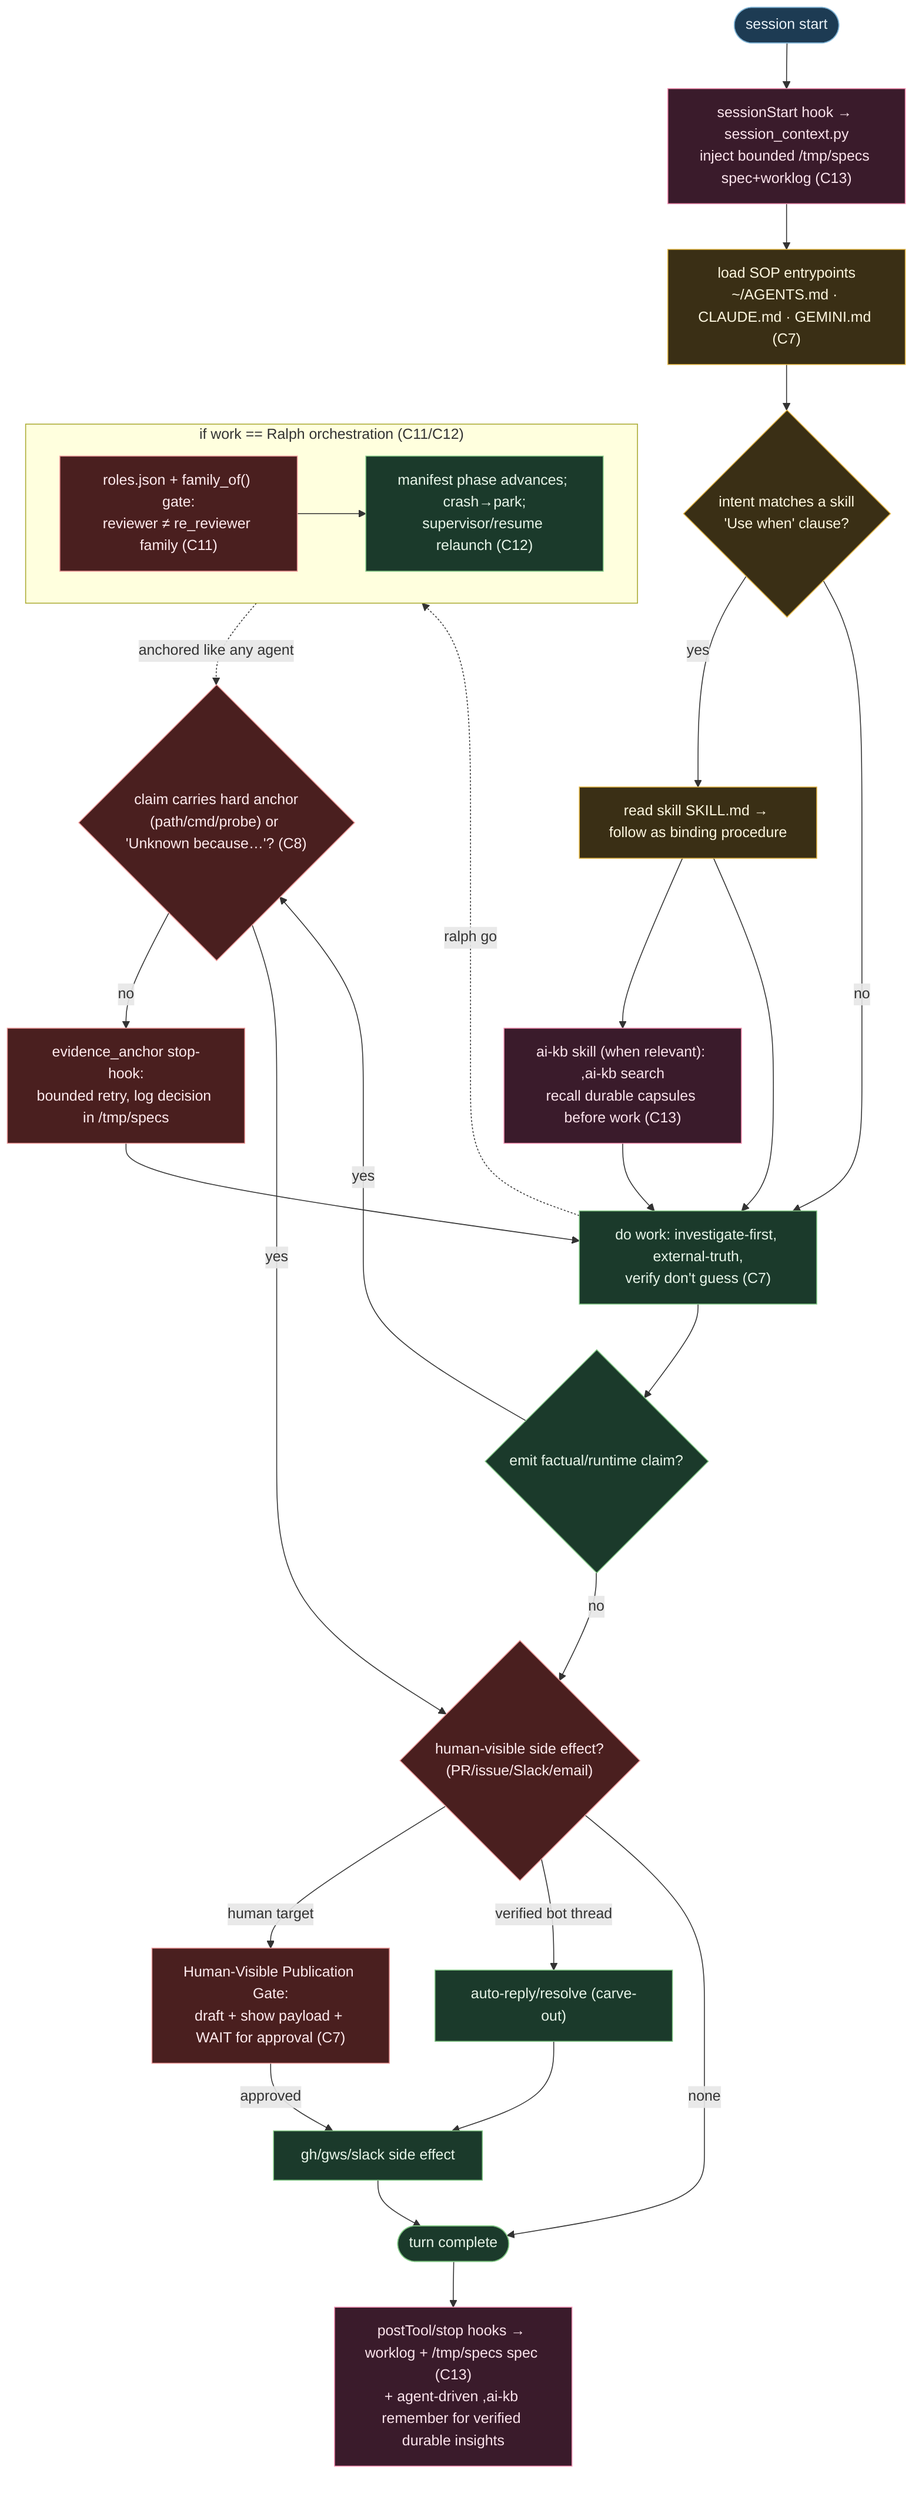
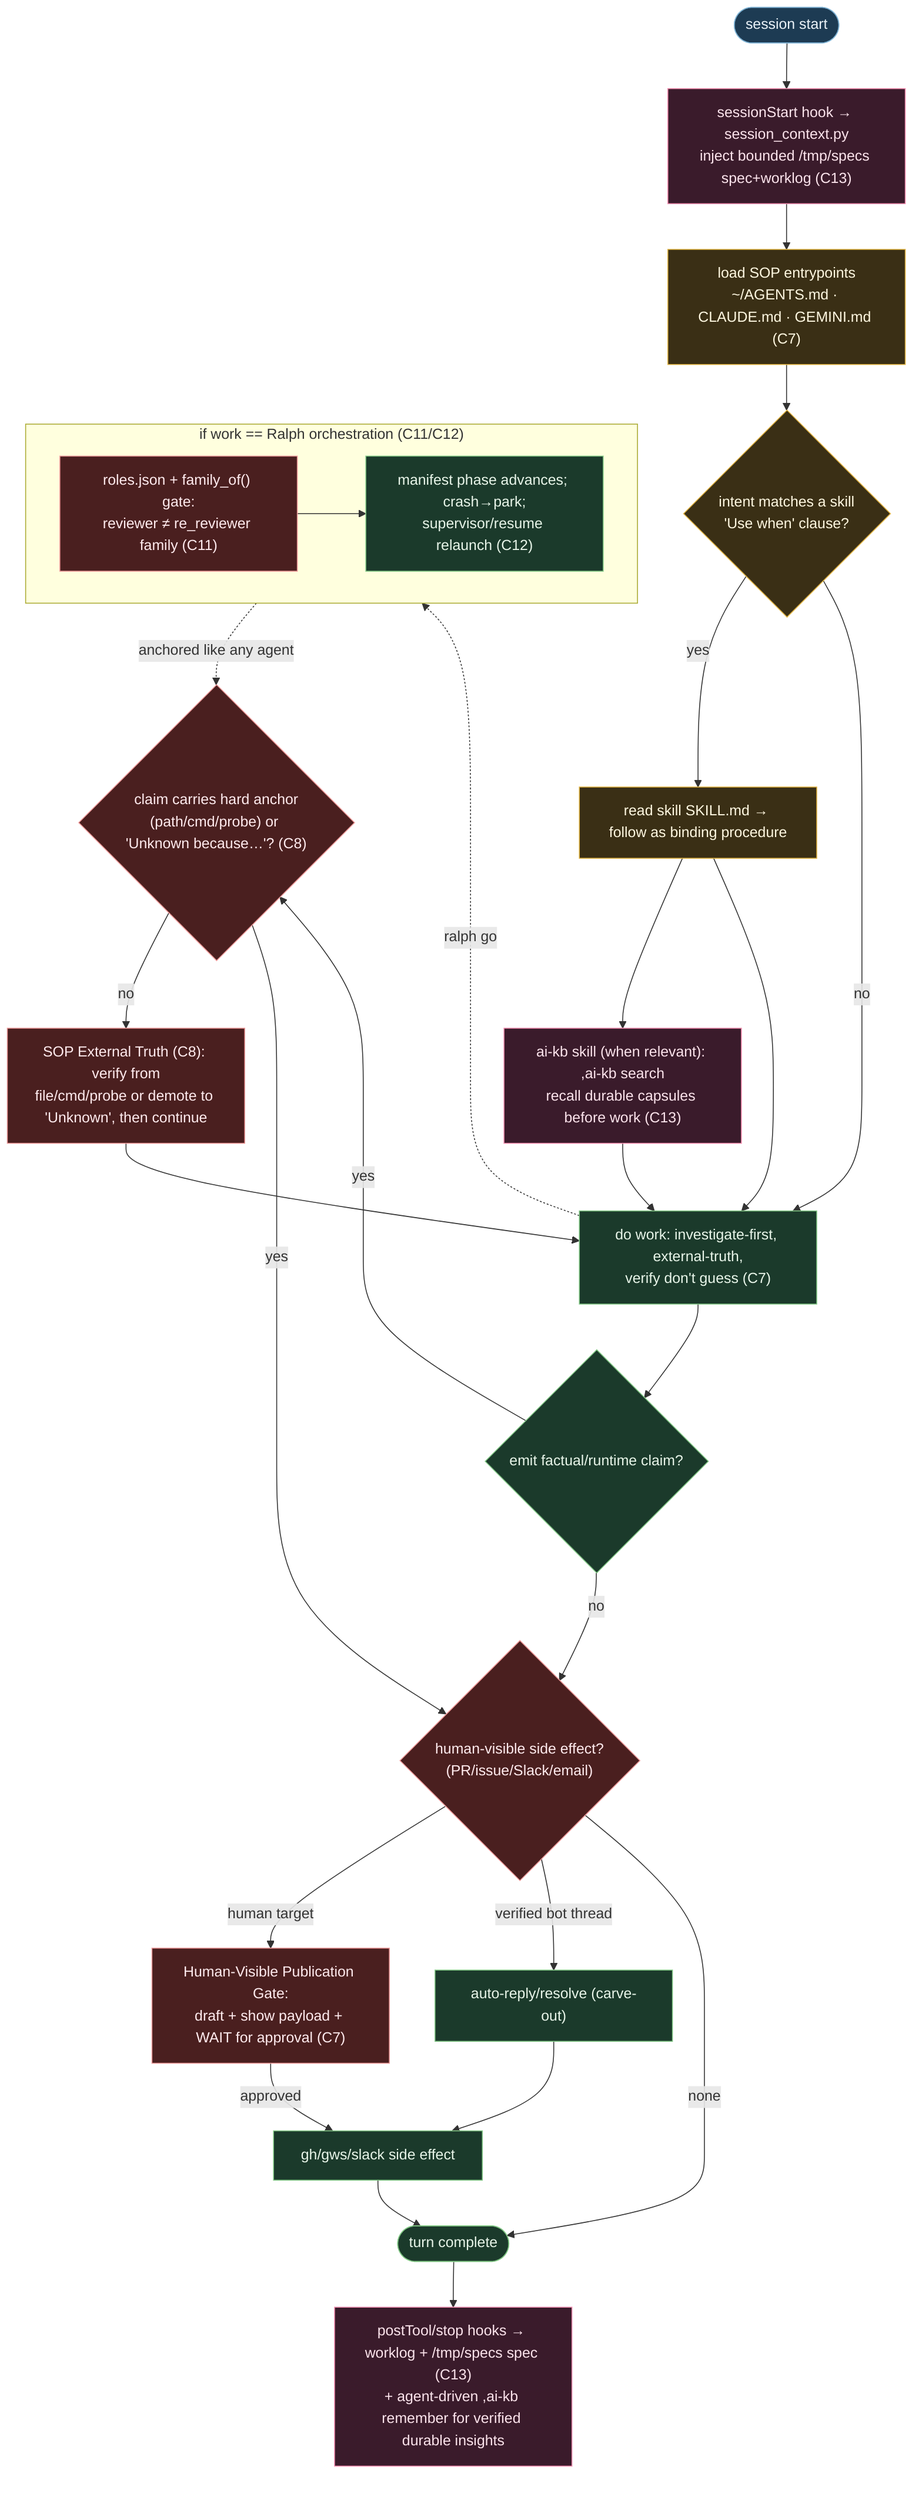
%% ============================================================================
%% S2-flow-agent-runtime.mmd — FLOW: one agent turn as a governed pipeline.
%% Traces a prompt from session start → governance load → verify loop → gated
%% side effects → memory. Realizes C7, C8, C13 (and C11/C12 when work is Ralph).
%% Files are nodes ON the control flow. (drill: 03, 03b, 04, 04b, 12)
%% ============================================================================
flowchart TB
    classDef in fill:#1d3b53,stroke:#7fb3d5,color:#eaf2f8;
    classDef gov fill:#3a2f15,stroke:#e0b341,color:#fff8e1;
    classDef loop fill:#1b3a2b,stroke:#81c784,color:#e8f5e9;
    classDef gate fill:#4a1f1f,stroke:#ef9a9a,color:#ffebee;
    classDef mem fill:#3a1b2b,stroke:#f48fb1,color:#fce4ec;

    START(["session start"]):::in
    START --> SS["sessionStart hook → session_context.py<br/>inject bounded /tmp/specs spec+worklog (C13)"]:::mem
    SS --> SOP["load SOP entrypoints<br/>~/AGENTS.md · CLAUDE.md · GEMINI.md (C7)"]:::gov
    SOP --> SKILL{"intent matches a skill<br/>'Use when' clause?"}:::gov
    SKILL -->|yes| LOAD["read skill SKILL.md → follow as binding procedure"]:::gov
    SKILL -->|no| WORK
    LOAD --> RECALL["ai-kb skill (when relevant): ,ai-kb search<br/>recall durable capsules before work (C13)"]:::mem
    RECALL --> WORK
    LOAD --> WORK
    WORK["do work: investigate-first, external-truth,<br/>verify don't guess (C7)"]:::loop

    WORK --> CLAIM{"emit factual/runtime claim?"}:::loop
    CLAIM -->|yes| ANCHOR{"claim carries hard anchor<br/>(path/cmd/probe) or 'Unknown because…'? (C8)"}:::gate
-     ANCHOR -->|no| RETRY["evidence_anchor stop-hook:<br/>bounded retry, log decision in /tmp/specs"]:::gate
+     ANCHOR -->|no| RETRY["SOP External Truth (C8): verify from<br/>file/cmd/probe or demote to 'Unknown', then continue"]:::gate
    RETRY --> WORK
    ANCHOR -->|yes| SIDE
    CLAIM -->|no| SIDE

    SIDE{"human-visible side effect?<br/>(PR/issue/Slack/email)"}:::gate
    SIDE -->|"human target"| HGATE["Human-Visible Publication Gate:<br/>draft + show payload + WAIT for approval (C7)"]:::gate
    SIDE -->|"verified bot thread"| AUTO["auto-reply/resolve (carve-out)"]:::loop
    SIDE -->|none| DONE
    HGATE -->|approved| EMIT["gh/gws/slack side effect"]:::loop
    AUTO --> EMIT
    EMIT --> DONE

    DONE(["turn complete"]):::loop
    DONE --> PERSIST["postTool/stop hooks → worklog + /tmp/specs spec (C13)<br/>+ agent-driven ,ai-kb remember for verified durable insights"]:::mem

    subgraph RALPH["if work == Ralph orchestration (C11/C12)"]
        direction LR
        RR["roles.json + family_of() gate:<br/>reviewer ≠ re_reviewer family (C11)"]:::gate
        SM["manifest phase advances; crash→park;<br/>supervisor/resume relaunch (C12)"]:::loop
        RR --> SM
    end
    WORK -. "ralph go" .-> RALPH
    SM -. "anchored like any agent" .-> ANCHOR
